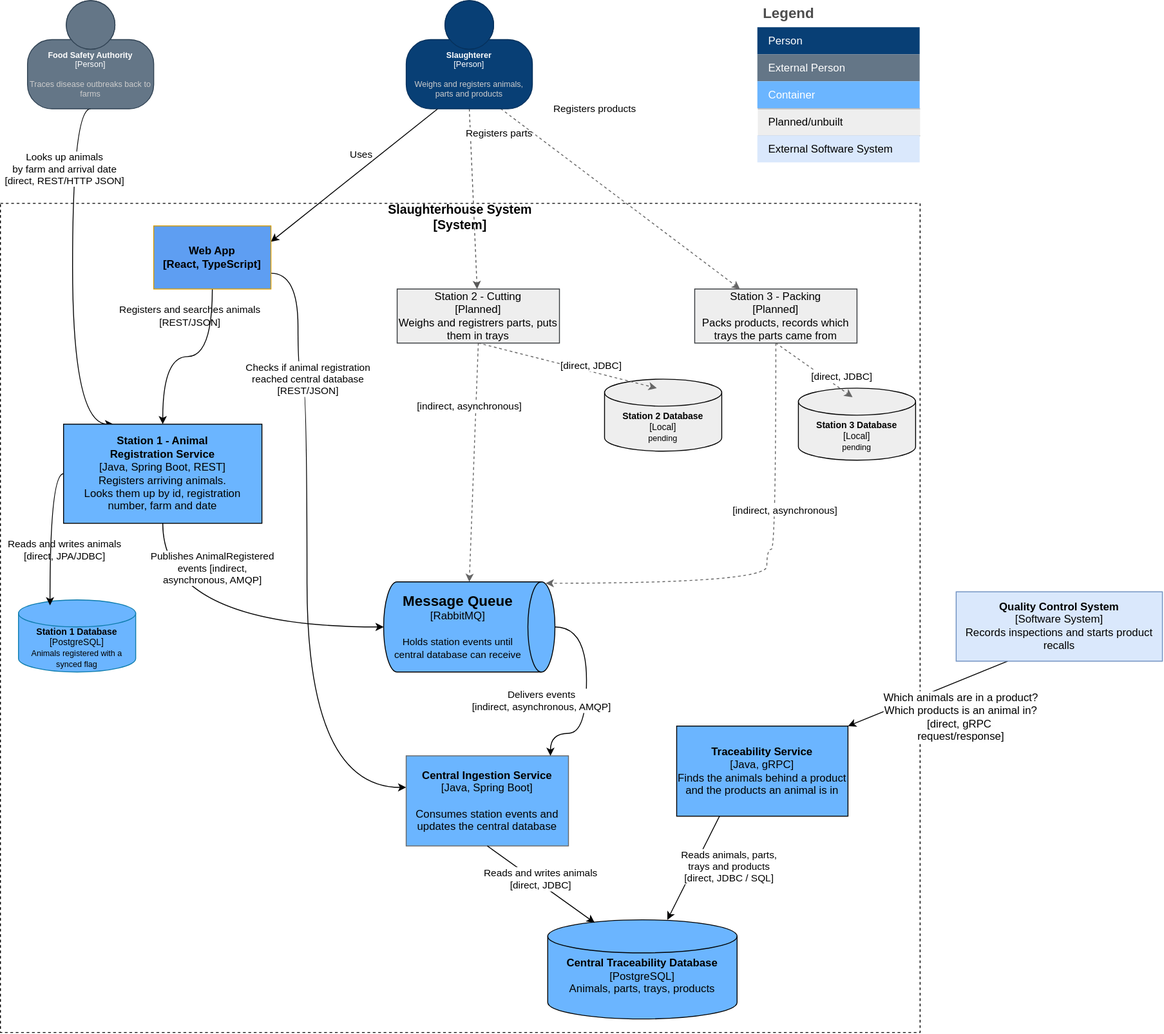
Earlier version of the draw.io export documentation/DSY_C2.drawio.svg (mforbeskr/DSY_Project). Source tidied: cells renumbered, new cells last; positions are measured from the earlier drawing's top-left corner, leaving out a move shared by most shapes.
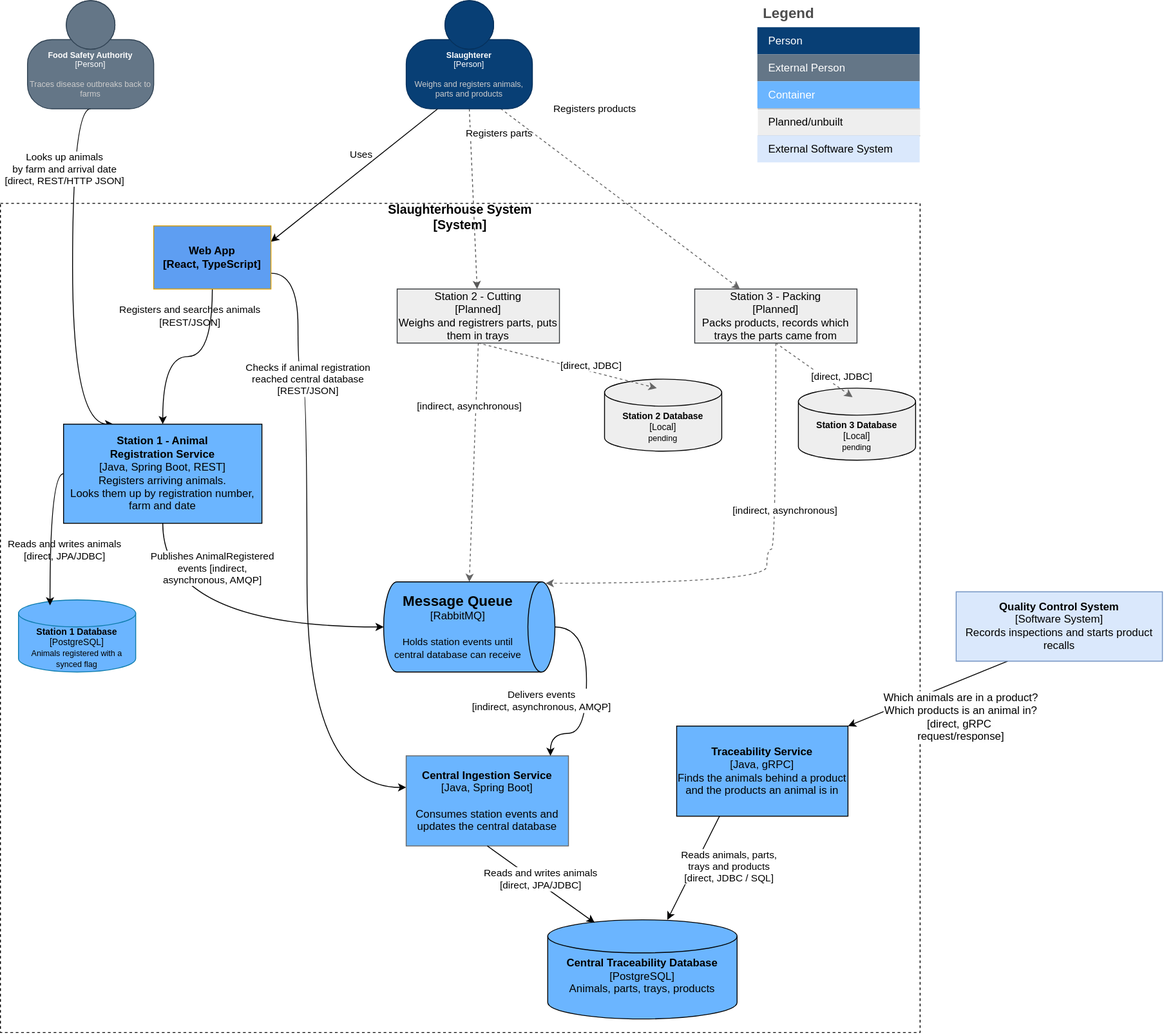
The same diagram one commit later.

Diff of the diagram source:
```diff
@@ -92,7 +92,7 @@
         <mxGeometry x="30" width="140" height="120" as="geometry" />
       </mxCell>
     </object>
-    <mxCell id="22" value="&lt;b&gt;Station 1 - Animal &lt;br&gt;Registration Service&lt;/b&gt;&lt;br&gt;[Java, Spring Boot, REST]&lt;br&gt;Registers arriving animals.&lt;br&gt;Looks them up by id, registration number, farm and date" style="rounded=0;whiteSpace=wrap;html=1;fillColor=#6BB5FF;" parent="1" vertex="1">
+    <mxCell id="22" value="&lt;b&gt;Station 1 - Animal &lt;br&gt;Registration Service&lt;/b&gt;&lt;br&gt;[Java, Spring Boot, REST]&lt;br&gt;Registers arriving animals.&lt;br&gt;Looks them up by registration number, farm and date" style="rounded=0;whiteSpace=wrap;html=1;fillColor=#6BB5FF;" parent="1" vertex="1">
       <mxGeometry x="70" y="470" width="220" height="110" as="geometry" />
     </mxCell>
     <mxCell id="23" value="&lt;b&gt;Traceability Service&lt;/b&gt;&lt;br&gt;[Java, gRPC]&lt;br&gt;Finds the animals behind a product and the products an animal is in" style="rounded=0;whiteSpace=wrap;html=1;fillColor=#6BB5FF;" parent="1" vertex="1">
@@ -128,7 +128,7 @@
     <mxCell id="31" style="rounded=0;jettySize=auto;html=1;exitX=0.5;exitY=1;exitDx=0;exitDy=0;entryX=0.248;entryY=0.03;entryDx=0;entryDy=0;entryPerimeter=0;curved=1;fillColor=#f5f5f5;strokeColor=#000000;gradientColor=#b3b3b3;" parent="1" edge="1" source="30" target="24">
       <mxGeometry relative="1" as="geometry" />
     </mxCell>
-    <mxCell id="32" value="Reads and writes animals&lt;br&gt;[direct, JDBC]" style="edgeLabel;html=1;align=center;verticalAlign=middle;" parent="31" vertex="1">
+    <mxCell id="32" value="Reads and writes animals&lt;br&gt;[direct, JPA/JDBC]" style="edgeLabel;html=1;align=center;verticalAlign=middle;" parent="31" vertex="1">
       <mxGeometry x="-0.17" y="4" relative="1" as="geometry">
         <mxPoint x="7" y="4" as="offset" />
       </mxGeometry>
```
